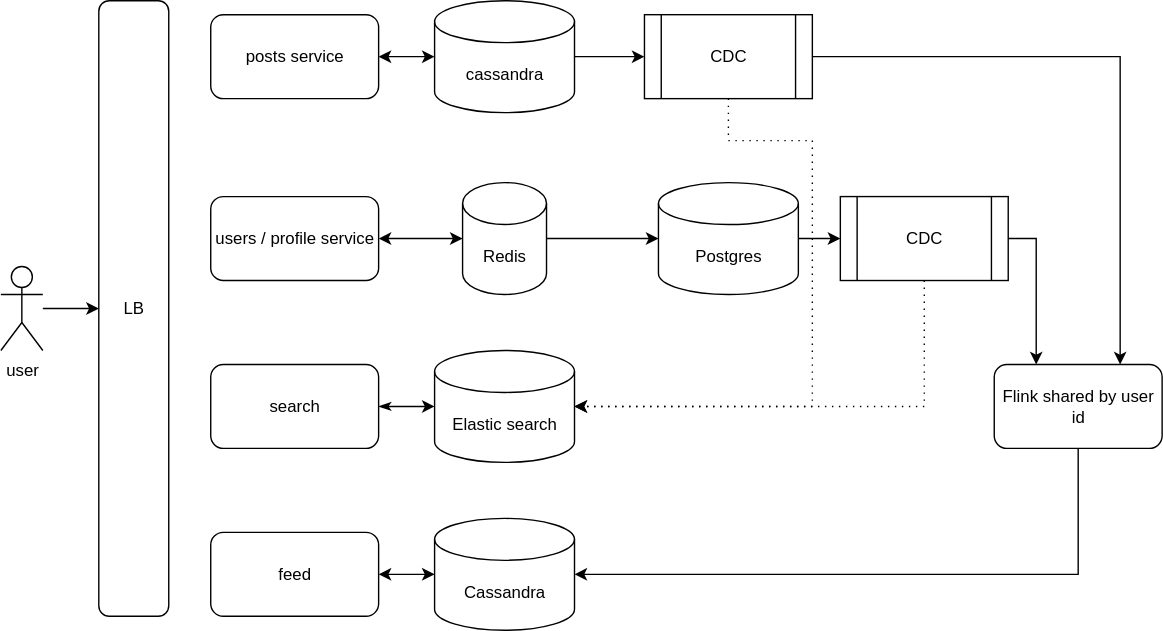
Circles24/high-level-designs keeps this draw.io diagram as social-media/assets/social-media.drawio.svg. Above is the earlier version. Source tidied: cells renumbered, new cells last; positions are measured from the earlier drawing's top-left corner, leaving out a move shared by most shapes.
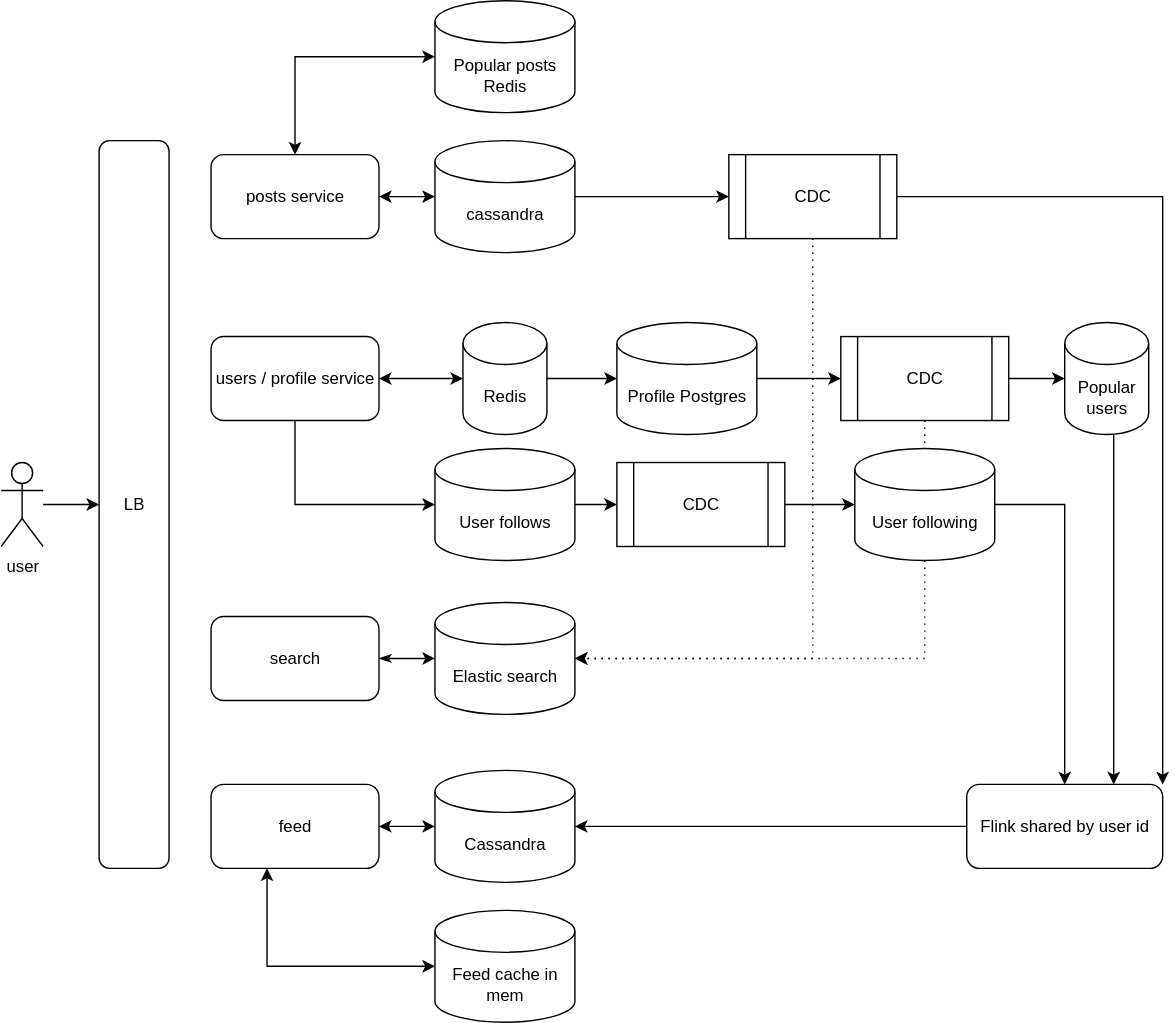
The same file after the commit.

Commit message:
feat: add cache into social media design

Change to the diagram source:
```diff
@@ -6,10 +6,10 @@
       <mxGeometry relative="1" as="geometry" />
     </mxCell>
     <mxCell id="3" value="user" style="shape=umlActor;verticalLabelPosition=bottom;verticalAlign=top;html=1;outlineConnect=0;" parent="1" vertex="1">
-      <mxGeometry y="190" width="30" height="60" as="geometry" />
+      <mxGeometry y="230" width="30" height="60" as="geometry" />
     </mxCell>
     <mxCell id="4" value="LB" style="rounded=1;whiteSpace=wrap;html=1;" parent="1" vertex="1">
-      <mxGeometry x="70" width="50" height="440" as="geometry" />
+      <mxGeometry x="70" width="50" height="520" as="geometry" />
     </mxCell>
     <mxCell id="5" value="posts service" style="rounded=1;whiteSpace=wrap;html=1;" parent="1" vertex="1">
       <mxGeometry x="150" y="10" width="120" height="60" as="geometry" />
@@ -20,11 +20,15 @@
     <mxCell id="7" value="cassandra" style="shape=cylinder3;whiteSpace=wrap;html=1;boundedLbl=1;backgroundOutline=1;size=15;" parent="1" vertex="1">
       <mxGeometry x="310" width="100" height="80" as="geometry" />
     </mxCell>
-    <mxCell id="8" style="edgeStyle=orthogonalEdgeStyle;rounded=0;jettySize=auto;html=1;exitX=1;exitY=0.5;exitDx=0;exitDy=0;entryX=0.75;entryY=0;entryDx=0;entryDy=0;" parent="1" edge="1" source="9" target="17">
-      <mxGeometry relative="1" as="geometry" />
+    <mxCell id="8" style="edgeStyle=orthogonalEdgeStyle;rounded=0;jettySize=auto;html=1;exitX=1;exitY=0.5;exitDx=0;exitDy=0;entryX=1;entryY=0;entryDx=0;entryDy=0;" parent="1" edge="1" source="9" target="17">
+      <mxGeometry relative="1" as="geometry">
+        <Array as="points">
+          <mxPoint x="830" y="40" />
+        </Array>
+      </mxGeometry>
     </mxCell>
     <mxCell id="9" value="CDC" style="shape=process;whiteSpace=wrap;html=1;backgroundOutline=1;" parent="1" vertex="1">
-      <mxGeometry x="460" y="10" width="120" height="60" as="geometry" />
+      <mxGeometry x="520" y="10" width="120" height="60" as="geometry" />
     </mxCell>
     <mxCell id="10" value="users / profile service" style="rounded=1;whiteSpace=wrap;html=1;" parent="1" vertex="1">
       <mxGeometry x="150" y="140" width="120" height="60" as="geometry" />
@@ -33,35 +37,32 @@
       <mxGeometry relative="1" as="geometry" />
     </mxCell>
     <mxCell id="12" value="search" style="rounded=1;whiteSpace=wrap;html=1;" parent="1" vertex="1">
-      <mxGeometry x="150" y="260" width="120" height="60" as="geometry" />
+      <mxGeometry x="150" y="340" width="120" height="60" as="geometry" />
     </mxCell>
     <mxCell id="13" style="edgeStyle=orthogonalEdgeStyle;rounded=0;jettySize=auto;html=1;exitX=1;exitY=0.5;exitDx=0;exitDy=0;exitPerimeter=0;entryX=0;entryY=0.5;entryDx=0;entryDy=0;" parent="1" edge="1" source="14" target="22">
       <mxGeometry relative="1" as="geometry" />
     </mxCell>
-    <mxCell id="14" value="Postgres" style="shape=cylinder3;whiteSpace=wrap;html=1;boundedLbl=1;backgroundOutline=1;size=15;" parent="1" vertex="1">
-      <mxGeometry x="470" y="130" width="100" height="80" as="geometry" />
+    <mxCell id="14" value="Profile Postgres" style="shape=cylinder3;whiteSpace=wrap;html=1;boundedLbl=1;backgroundOutline=1;size=15;" parent="1" vertex="1">
+      <mxGeometry x="440" y="130" width="100" height="80" as="geometry" />
     </mxCell>
     <mxCell id="15" value="Elastic search" style="shape=cylinder3;whiteSpace=wrap;html=1;boundedLbl=1;backgroundOutline=1;size=15;" parent="1" vertex="1">
-      <mxGeometry x="310" y="250" width="100" height="80" as="geometry" />
+      <mxGeometry x="310" y="330" width="100" height="80" as="geometry" />
     </mxCell>
     <mxCell id="16" value="Redis" style="shape=cylinder3;whiteSpace=wrap;html=1;boundedLbl=1;backgroundOutline=1;size=15;" parent="1" vertex="1">
       <mxGeometry x="330" y="130" width="60" height="80" as="geometry" />
     </mxCell>
     <mxCell id="17" value="Flink shared by user id" style="rounded=1;whiteSpace=wrap;html=1;" parent="1" vertex="1">
-      <mxGeometry x="710" y="260" width="120" height="60" as="geometry" />
+      <mxGeometry x="690" y="460" width="140" height="60" as="geometry" />
     </mxCell>
     <mxCell id="18" style="edgeStyle=orthogonalEdgeStyle;rounded=0;jettySize=auto;html=1;startArrow=classic;startFill=1;" parent="1" edge="1" source="19" target="20">
       <mxGeometry relative="1" as="geometry" />
     </mxCell>
     <mxCell id="19" value="feed" style="rounded=1;whiteSpace=wrap;html=1;" parent="1" vertex="1">
-      <mxGeometry x="150" y="380" width="120" height="60" as="geometry" />
+      <mxGeometry x="150" y="460" width="120" height="60" as="geometry" />
     </mxCell>
     <mxCell id="20" value="Cassandra" style="shape=cylinder3;whiteSpace=wrap;html=1;boundedLbl=1;backgroundOutline=1;size=15;" parent="1" vertex="1">
-      <mxGeometry x="310" y="370" width="100" height="80" as="geometry" />
+      <mxGeometry x="310" y="450" width="100" height="80" as="geometry" />
     </mxCell>
-    <mxCell id="21" style="edgeStyle=orthogonalEdgeStyle;rounded=0;jettySize=auto;html=1;exitX=1;exitY=0.5;exitDx=0;exitDy=0;entryX=0.25;entryY=0;entryDx=0;entryDy=0;" parent="1" edge="1" source="22" target="17">
-      <mxGeometry relative="1" as="geometry" />
-    </mxCell>
     <mxCell id="22" value="CDC" style="shape=process;whiteSpace=wrap;html=1;backgroundOutline=1;" parent="1" vertex="1">
       <mxGeometry x="600" y="140" width="120" height="60" as="geometry" />
     </mxCell>
@@ -77,26 +78,82 @@
     <mxCell id="26" style="edgeStyle=orthogonalEdgeStyle;rounded=0;jettySize=auto;html=1;entryX=1;entryY=0.5;entryDx=0;entryDy=0;entryPerimeter=0;" parent="1" edge="1" source="17" target="20">
       <mxGeometry relative="1" as="geometry">
         <Array as="points">
-          <mxPoint x="770" y="410" />
+          <mxPoint x="770" y="490" />
         </Array>
       </mxGeometry>
     </mxCell>
     <mxCell id="27" style="edgeStyle=orthogonalEdgeStyle;rounded=0;jettySize=auto;html=1;entryX=1;entryY=0.5;entryDx=0;entryDy=0;entryPerimeter=0;dashed=1;dashPattern=1 4;" parent="1" edge="1" source="22" target="15">
       <mxGeometry relative="1" as="geometry">
         <Array as="points">
-          <mxPoint x="660" y="290" />
+          <mxPoint x="660" y="370" />
         </Array>
       </mxGeometry>
     </mxCell>
-    <mxCell id="28" style="edgeStyle=orthogonalEdgeStyle;rounded=0;jettySize=auto;html=1;entryX=1;entryY=0.5;entryDx=0;entryDy=0;entryPerimeter=0;dashed=1;dashPattern=1 4;" parent="1" edge="1" target="15">
+    <mxCell id="28" style="edgeStyle=orthogonalEdgeStyle;rounded=0;jettySize=auto;html=1;entryX=1;entryY=0.5;entryDx=0;entryDy=0;entryPerimeter=0;dashed=1;dashPattern=1 4;exitX=0.5;exitY=1;exitDx=0;exitDy=0;" parent="1" edge="1" source="9" target="15">
       <mxGeometry relative="1" as="geometry">
-        <mxPoint x="520" y="70" as="sourcePoint" />
         <Array as="points">
-          <mxPoint x="520" y="100" />
-          <mxPoint x="580" y="100" />
-          <mxPoint x="580" y="290" />
+          <mxPoint x="580" y="370" />
         </Array>
       </mxGeometry>
     </mxCell>
+    <mxCell id="29" style="edgeStyle=orthogonalEdgeStyle;rounded=0;jettySize=auto;html=1;exitX=1;exitY=0.5;exitDx=0;exitDy=0;exitPerimeter=0;entryX=0;entryY=0.5;entryDx=0;entryDy=0;" parent="1" edge="1" source="30" target="32">
+      <mxGeometry relative="1" as="geometry" />
+    </mxCell>
+    <mxCell id="30" value="User follows" style="shape=cylinder3;whiteSpace=wrap;html=1;boundedLbl=1;backgroundOutline=1;size=15;" parent="1" vertex="1">
+      <mxGeometry x="310" y="220" width="100" height="80" as="geometry" />
+    </mxCell>
+    <mxCell id="31" style="edgeStyle=orthogonalEdgeStyle;rounded=0;jettySize=auto;html=1;entryX=0;entryY=0.5;entryDx=0;entryDy=0;entryPerimeter=0;" parent="1" edge="1" source="10" target="30">
+      <mxGeometry relative="1" as="geometry">
+        <Array as="points">
+          <mxPoint x="210" y="260" />
+        </Array>
+      </mxGeometry>
+    </mxCell>
+    <mxCell id="32" value="CDC" style="shape=process;whiteSpace=wrap;html=1;backgroundOutline=1;" parent="1" vertex="1">
+      <mxGeometry x="440" y="230" width="120" height="60" as="geometry" />
+    </mxCell>
+    <mxCell id="33" style="edgeStyle=orthogonalEdgeStyle;rounded=0;jettySize=auto;html=1;exitX=1;exitY=0.5;exitDx=0;exitDy=0;exitPerimeter=0;entryX=0.5;entryY=0;entryDx=0;entryDy=0;" parent="1" edge="1" source="34" target="17">
+      <mxGeometry relative="1" as="geometry" />
+    </mxCell>
+    <mxCell id="34" value="User following" style="shape=cylinder3;whiteSpace=wrap;html=1;boundedLbl=1;backgroundOutline=1;size=15;" parent="1" vertex="1">
+      <mxGeometry x="610" y="220" width="100" height="80" as="geometry" />
+    </mxCell>
+    <mxCell id="35" style="edgeStyle=orthogonalEdgeStyle;rounded=0;jettySize=auto;html=1;entryX=0;entryY=0.5;entryDx=0;entryDy=0;entryPerimeter=0;" parent="1" edge="1" source="32" target="34">
+      <mxGeometry relative="1" as="geometry" />
+    </mxCell>
+    <mxCell id="36" style="edgeStyle=orthogonalEdgeStyle;rounded=0;jettySize=auto;html=1;entryX=0.75;entryY=0;entryDx=0;entryDy=0;" parent="1" edge="1" source="37" target="17">
+      <mxGeometry relative="1" as="geometry">
+        <Array as="points">
+          <mxPoint x="800" y="210" />
+          <mxPoint x="800" y="210" />
+        </Array>
+      </mxGeometry>
+    </mxCell>
+    <mxCell id="37" value="Popular users" style="shape=cylinder3;whiteSpace=wrap;html=1;boundedLbl=1;backgroundOutline=1;size=15;" parent="1" vertex="1">
+      <mxGeometry x="760" y="130" width="60" height="80" as="geometry" />
+    </mxCell>
+    <mxCell id="38" style="edgeStyle=orthogonalEdgeStyle;rounded=0;jettySize=auto;html=1;entryX=0;entryY=0.5;entryDx=0;entryDy=0;entryPerimeter=0;" parent="1" edge="1" source="22" target="37">
+      <mxGeometry relative="1" as="geometry" />
+    </mxCell>
+    <mxCell id="39" value="Popular posts Redis" style="shape=cylinder3;whiteSpace=wrap;html=1;boundedLbl=1;backgroundOutline=1;size=15;" parent="1" vertex="1">
+      <mxGeometry x="310" y="-100" width="100" height="80" as="geometry" />
+    </mxCell>
+    <mxCell id="40" style="edgeStyle=orthogonalEdgeStyle;rounded=0;jettySize=auto;html=1;entryX=0;entryY=0.5;entryDx=0;entryDy=0;entryPerimeter=0;startArrow=classic;startFill=1;" parent="1" edge="1" source="5" target="39">
+      <mxGeometry relative="1" as="geometry">
+        <Array as="points">
+          <mxPoint x="210" y="-60" />
+        </Array>
+      </mxGeometry>
+    </mxCell>
+    <mxCell id="41" value="Feed cache in mem" style="shape=cylinder3;whiteSpace=wrap;html=1;boundedLbl=1;backgroundOutline=1;size=15;" parent="1" vertex="1">
+      <mxGeometry x="310" y="550" width="100" height="80" as="geometry" />
+    </mxCell>
+    <mxCell id="42" style="edgeStyle=orthogonalEdgeStyle;rounded=0;jettySize=auto;html=1;entryX=0;entryY=0.5;entryDx=0;entryDy=0;entryPerimeter=0;startArrow=classic;startFill=1;" parent="1" edge="1" source="19" target="41">
+      <mxGeometry relative="1" as="geometry">
+        <Array as="points">
+          <mxPoint x="190" y="590" />
+        </Array>
+      </mxGeometry>
+    </mxCell>
   </root>
 </mxGraphModel>
```
